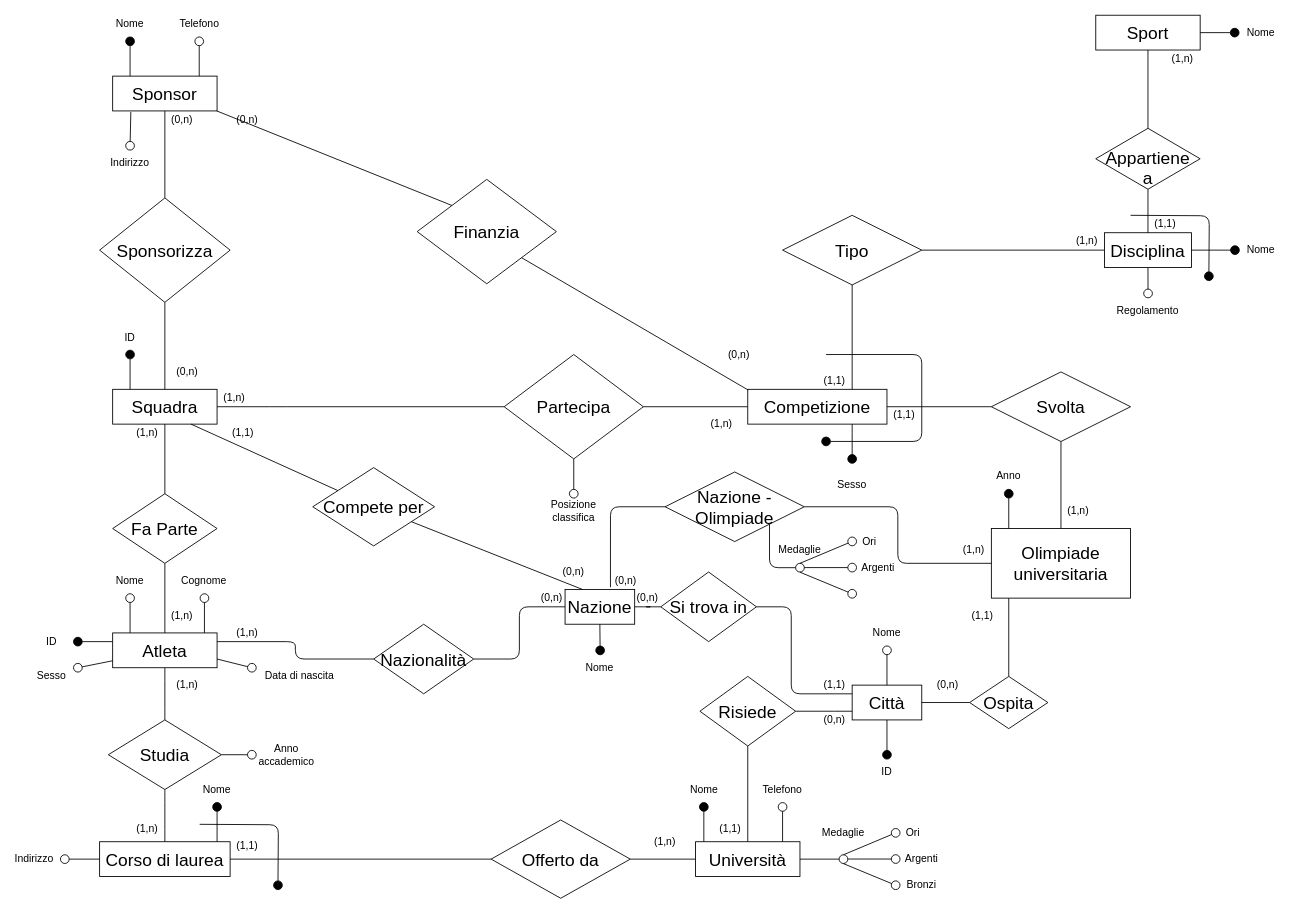
Earlier version of the draw.io diagram page "Schema E-R ristrutturato" (1 of 7) of Olimpiadi studentesche.drawio (giovannivelludo/database-project). Source tidied: cells renumbered, new cells numbered last; positions are measured from the earlier drawing's top-left corner, leaving out a move shared by most shapes. Both pictures are drawn from the tidied source at 87%, with x=0, y=0 at pixel (17, 15).
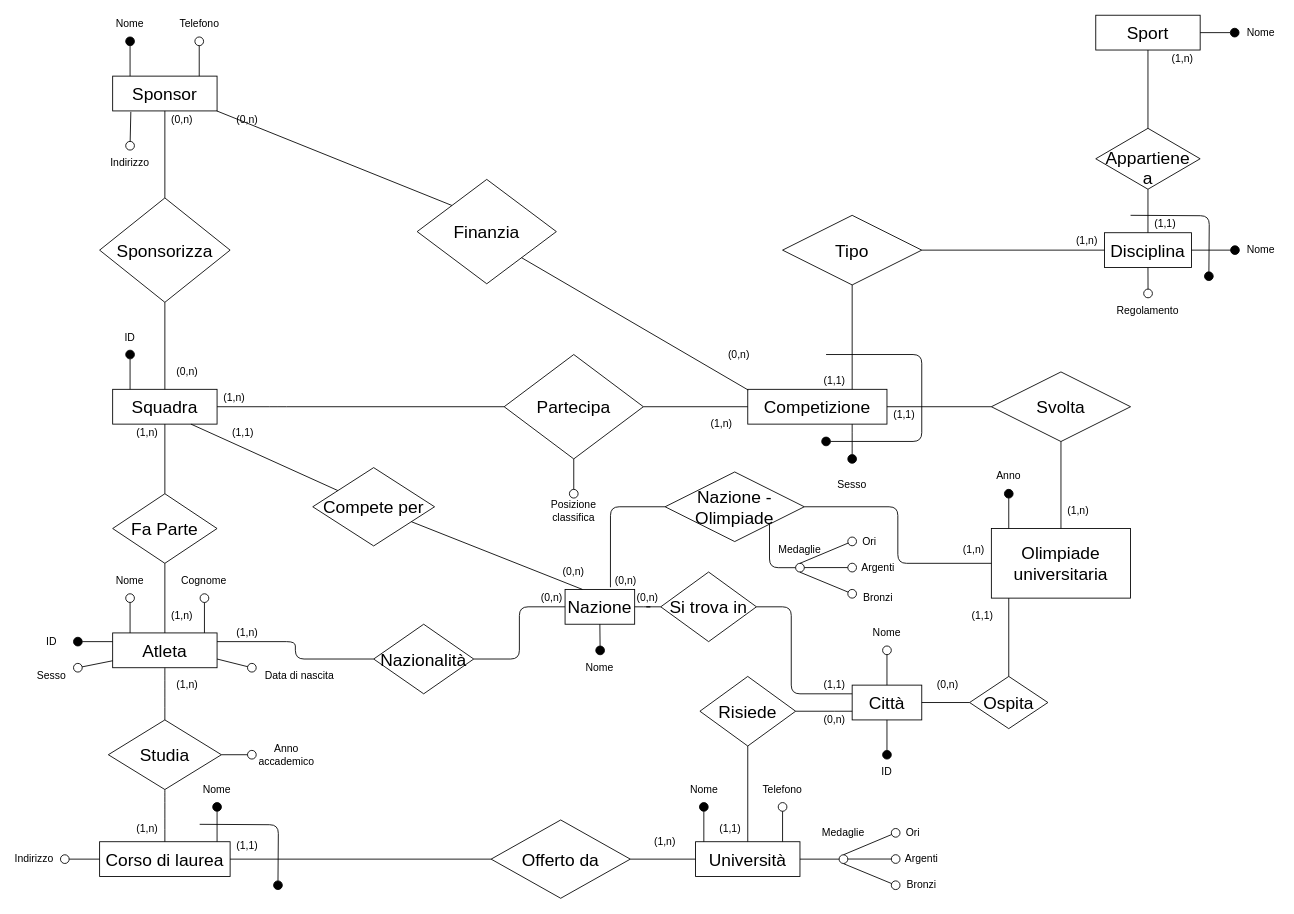
After the change.

Commit message:
aggiunto un attributo mancante (bronzi)

What changed in the source:
```diff
@@
+    <mxCell id="152" value="Bronzi" style="text;html=1;align=center;verticalAlign=middle;whiteSpace=wrap;rounded=0;" parent="1" vertex="1">
+      <mxGeometry x="970" y="660" width="40" height="20" as="geometry" />
+    </mxCell>
```
